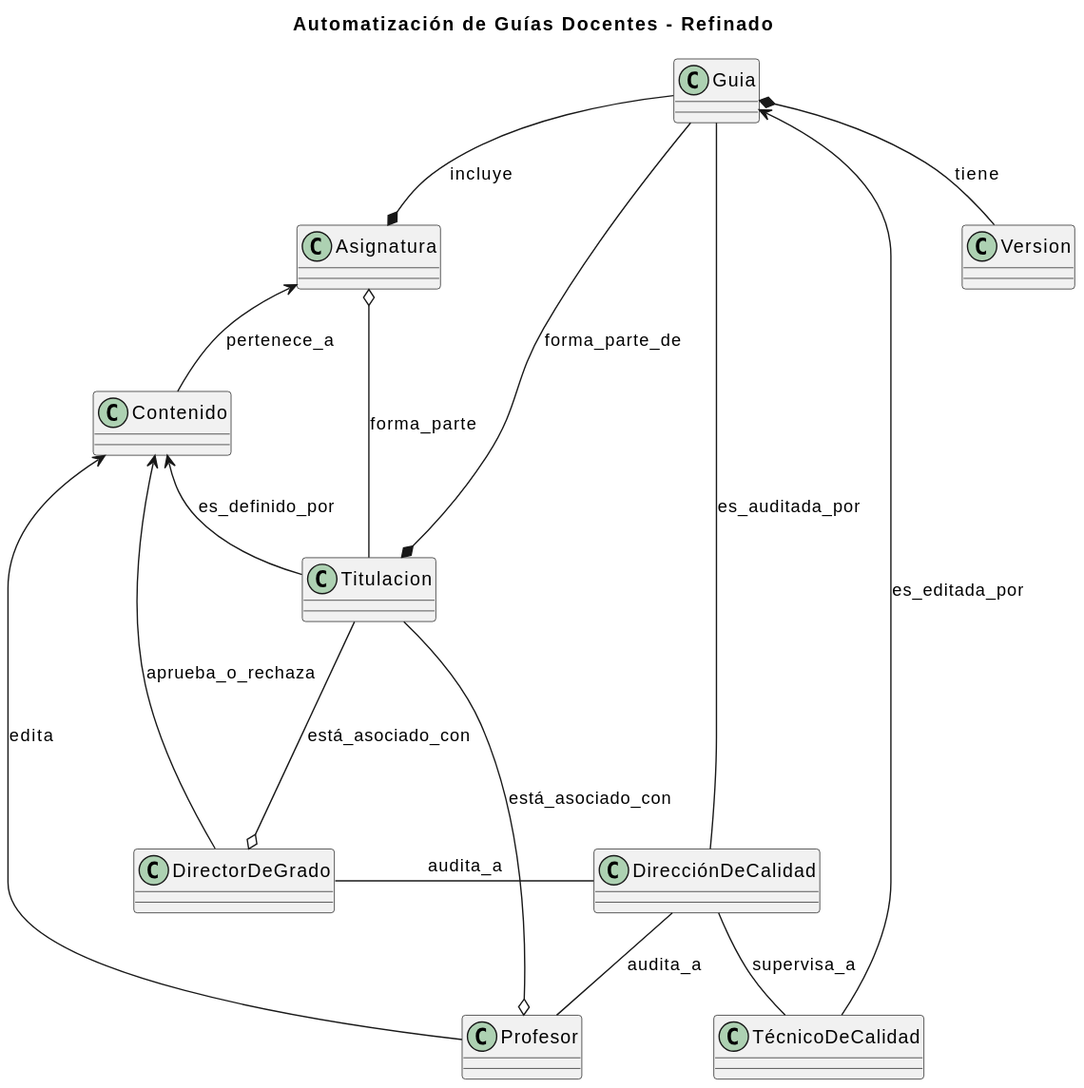
This is images/modelosUML/DiagramaClases.svg from mmasias/24-25-IdSw1-SDR, a PlantUML export, as it was before one commit. The source it was exported from:
```plantuml
@startuml
title Automatización de Guías Docentes - Refinado

class Profesor
class DirectorDeGrado
class TécnicoDeCalidad
class DirecciónDeCalidad
class Guia
class Contenido
class Titulacion
class Asignatura
class Version

Guia --* Titulacion: forma_parte_de
Guia --* Asignatura: incluye

Asignatura <-down- Contenido: pertenece_a
Asignatura o-down- Titulacion: forma_parte

Guia -down- DirecciónDeCalidad: es_auditada_por
Guia <-down- TécnicoDeCalidad: es_editada_por
Guia *-down- Version: tiene

Contenido <-- Titulacion: es_definido_por

DirecciónDeCalidad -- TécnicoDeCalidad: supervisa_a
DirecciónDeCalidad -- Profesor: audita_a
DirecciónDeCalidad -l-- DirectorDeGrado: audita_a

Profesor o-up-- Titulacion: está_asociado_con
DirectorDeGrado o-up-- Titulacion: está_asociado_con

Contenido <- DirectorDeGrado: aprueba_o_rechaza
Contenido <-- Profesor: edita
@enduml
```
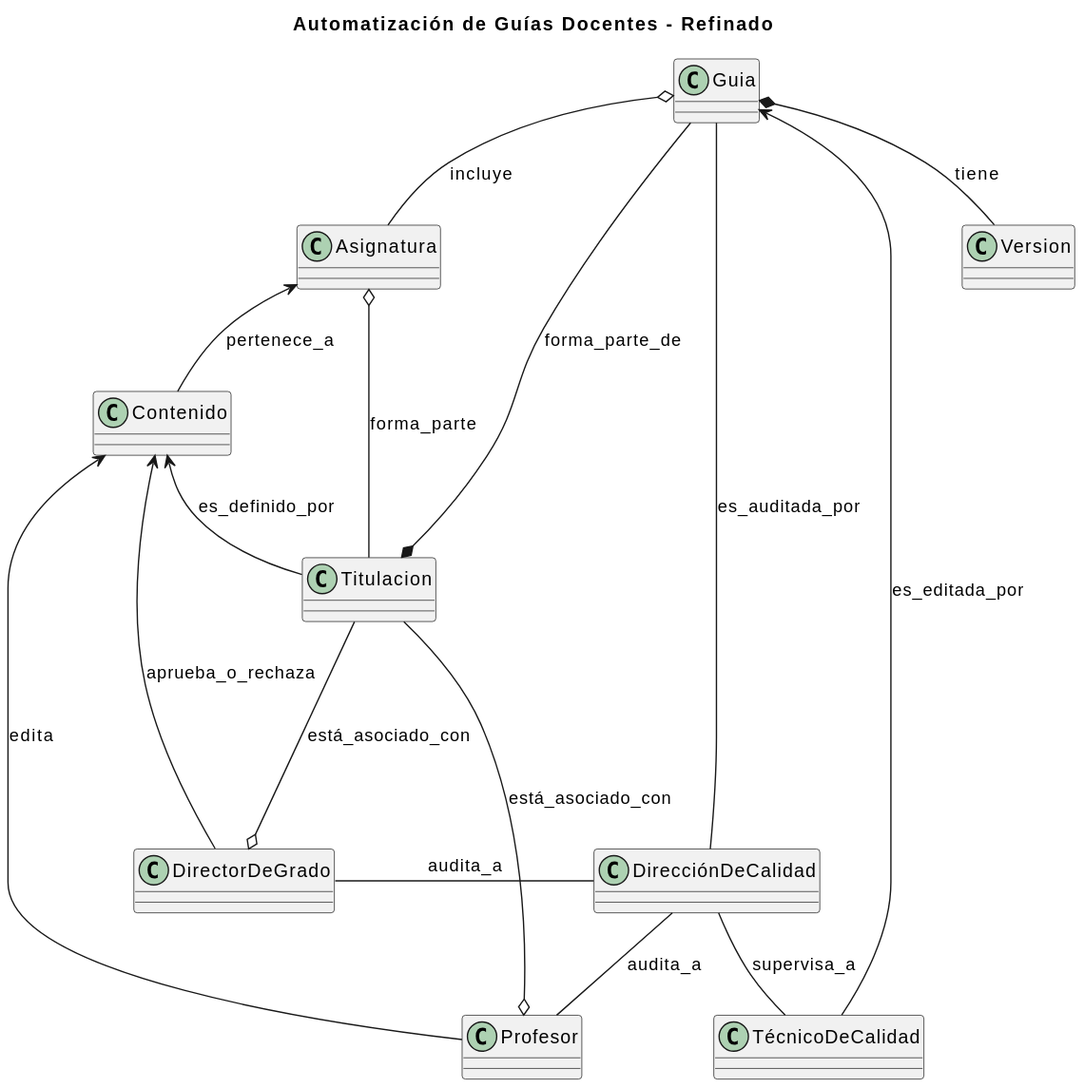
The same file after the commit.

The edit, as a diff of the source:
```diff
@@ -12,7 +12,7 @@
 class Version
 
 Guia --* Titulacion: forma_parte_de
-Guia --* Asignatura: incluye
+Guia o-- Asignatura: incluye
 
 Asignatura <-down- Contenido: pertenece_a
 Asignatura o-down- Titulacion: forma_parte
```
